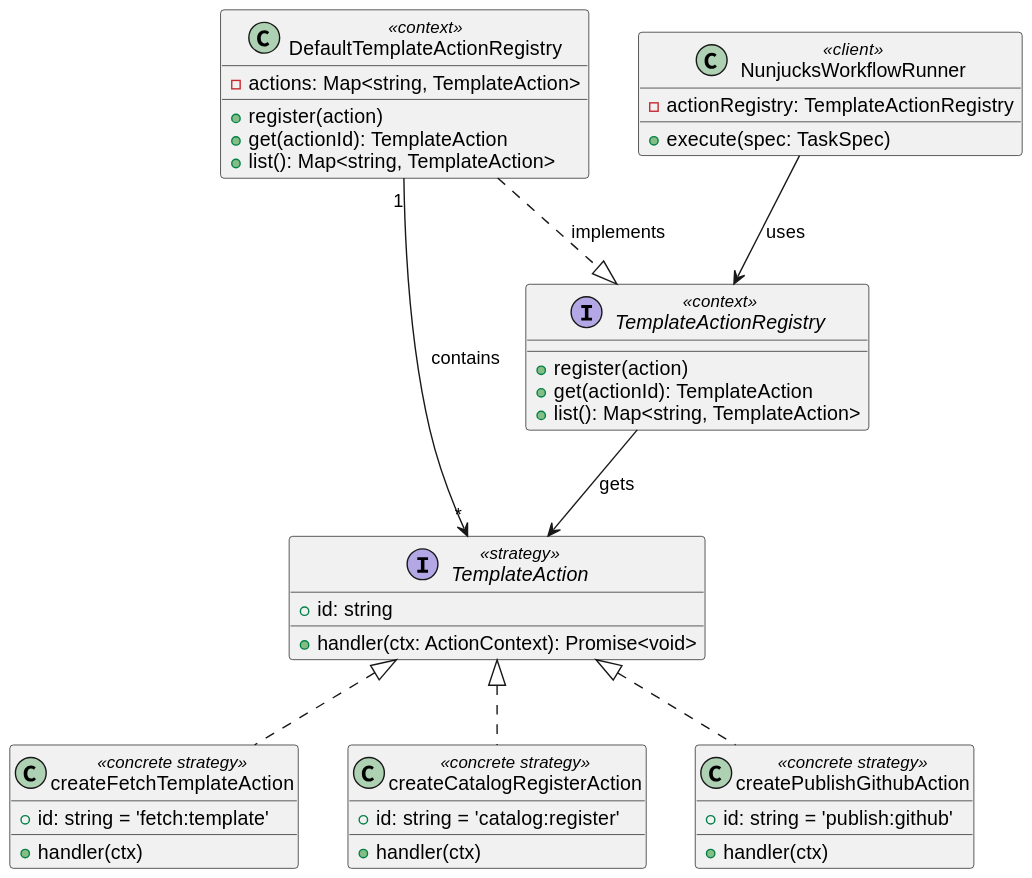
Above: Reports/Software_Deisgn_img/TemplateAction_Strategy.svg in Group06-SwDA/Project (PlantUML), before the change. Its diagram source:
```plantuml
@startuml
interface TemplateAction <<strategy>> {
  +id: string
  +handler(ctx: ActionContext): Promise<void>
}

class createFetchTemplateAction <<concrete strategy>> {
  +id: string = 'fetch:template'
  +handler(ctx)
}

class createCatalogRegisterAction <<concrete strategy>> {
  +id: string = 'catalog:register'
  +handler(ctx)
}

class createPublishGithubAction <<concrete strategy>> {
  +id: string = 'publish:github'
  +handler(ctx)
}

interface TemplateActionRegistry <<context>> {
  +register(action)
  +get(actionId): TemplateAction
  +list(): Map<string, TemplateAction>
}

class DefaultTemplateActionRegistry <<context>> {
  -actions: Map<string, TemplateAction>
  +register(action)
  +get(actionId): TemplateAction
  +list(): Map<string, TemplateAction>
}

class NunjucksWorkflowRunner <<client>> {
  -actionRegistry: TemplateActionRegistry
  +execute(spec: TaskSpec)
}

TemplateAction <|.. createFetchTemplateAction
TemplateAction <|.. createCatalogRegisterAction
TemplateAction <|.. createPublishGithubAction

DefaultTemplateActionRegistry "1" --> "*" TemplateAction : contains
TemplateActionRegistry --> TemplateAction : gets
NunjucksWorkflowRunner --> TemplateActionRegistry : uses
DefaultTemplateActionRegistry ..|> TemplateActionRegistry : implements
@enduml
```
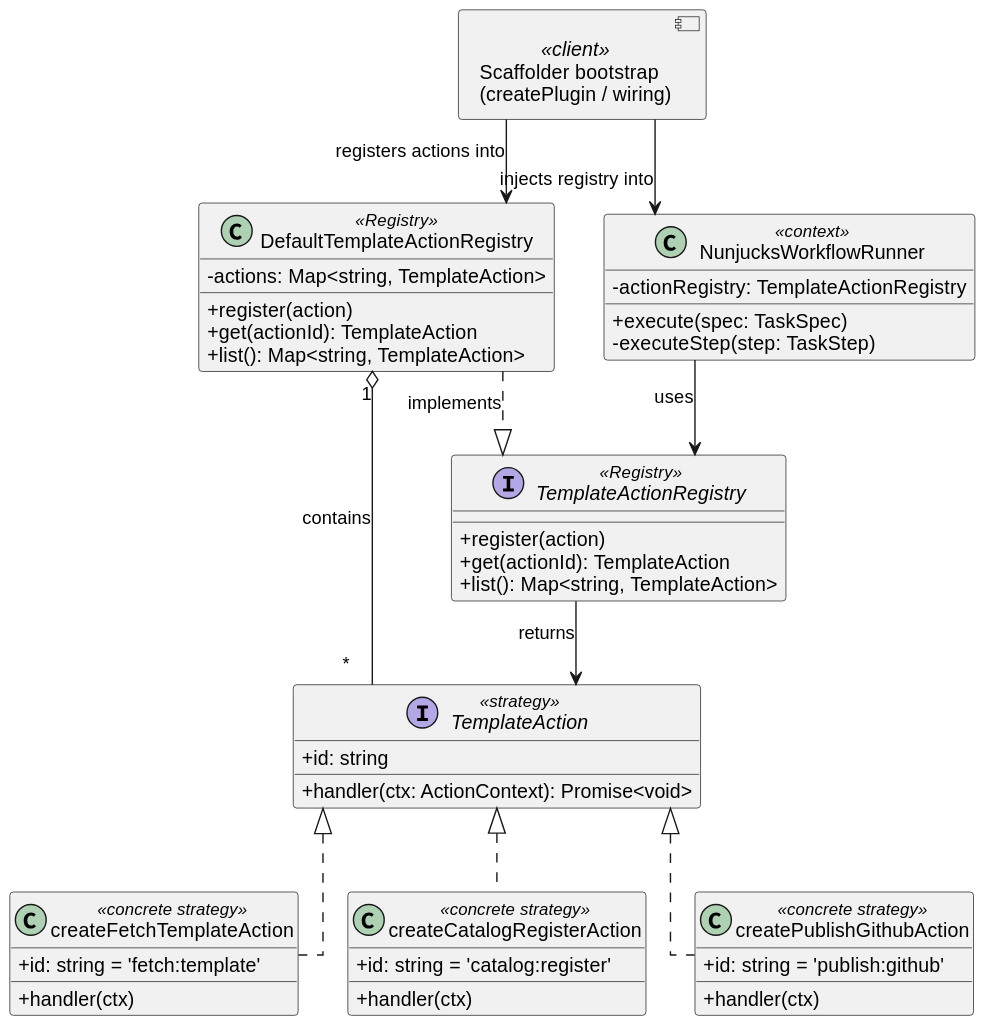
The same file after the commit.

Commit message:
docs: fixed Strategy Pattern and modified some uml and svg

Change to the diagram source:
```diff
@@ -1,4 +1,8 @@
 @startuml
+skinparam classAttributeIconSize 0
+skinparam linetype ortho
+allowmixing
+
 interface TemplateAction <<strategy>> {
   +id: string
   +handler(ctx: ActionContext): Promise<void>
@@ -19,30 +23,36 @@
   +handler(ctx)
 }
 
-interface TemplateActionRegistry <<context>> {
+interface TemplateActionRegistry <<Registry>> {
   +register(action)
   +get(actionId): TemplateAction
   +list(): Map<string, TemplateAction>
 }
 
-class DefaultTemplateActionRegistry <<context>> {
+class DefaultTemplateActionRegistry <<Registry>> {
   -actions: Map<string, TemplateAction>
   +register(action)
   +get(actionId): TemplateAction
   +list(): Map<string, TemplateAction>
 }
 
-class NunjucksWorkflowRunner <<client>> {
+class NunjucksWorkflowRunner <<context>> {
   -actionRegistry: TemplateActionRegistry
   +execute(spec: TaskSpec)
+  -executeStep(step: TaskStep)
 }
+
+component "Scaffolder bootstrap\n(createPlugin / wiring)" as Client <<client>>
 
 TemplateAction <|.. createFetchTemplateAction
 TemplateAction <|.. createCatalogRegisterAction
 TemplateAction <|.. createPublishGithubAction
 
-DefaultTemplateActionRegistry "1" --> "*" TemplateAction : contains
-TemplateActionRegistry --> TemplateAction : gets
+Client --> DefaultTemplateActionRegistry : registers actions into
+Client --> NunjucksWorkflowRunner : injects registry into
+
+DefaultTemplateActionRegistry "1" o-- "*" TemplateAction : contains
+TemplateActionRegistry --> TemplateAction : returns
 NunjucksWorkflowRunner --> TemplateActionRegistry : uses
 DefaultTemplateActionRegistry ..|> TemplateActionRegistry : implements
 @enduml
```
